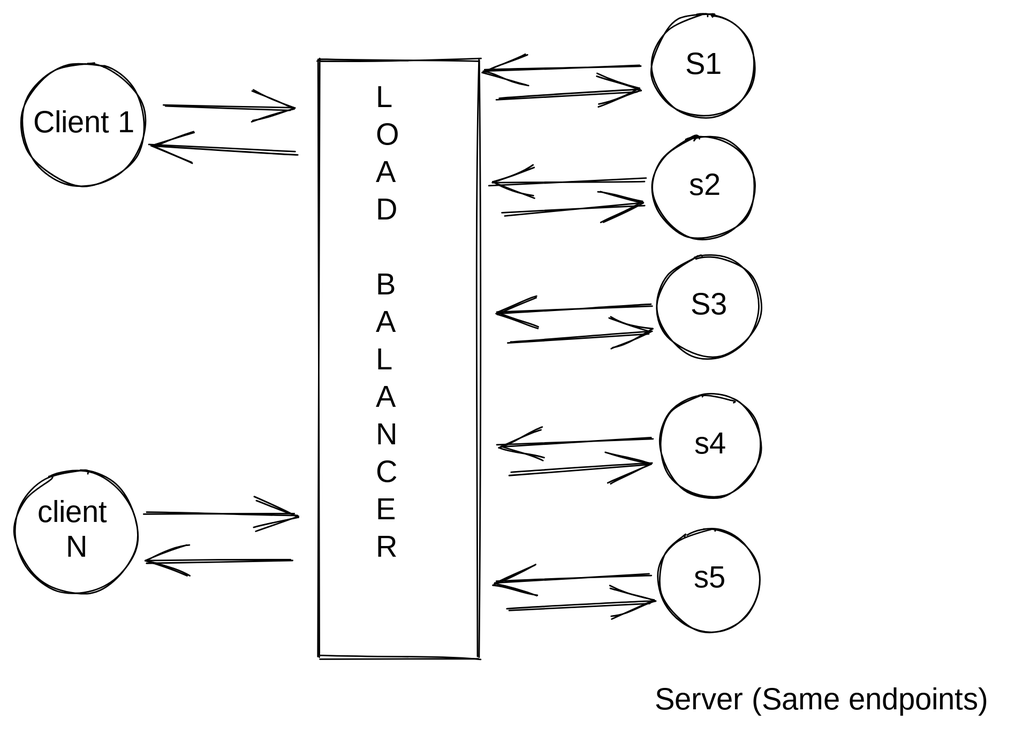
Above: .gitbook/assets/architecture-concepts-load-balancer.svg in websysarch/gitbook-notes (Excalidraw), before the change. Source tidied: one line per element, renumbered; positions are measured from the earlier drawing's top-left corner, leaving out a move shared by most shapes.
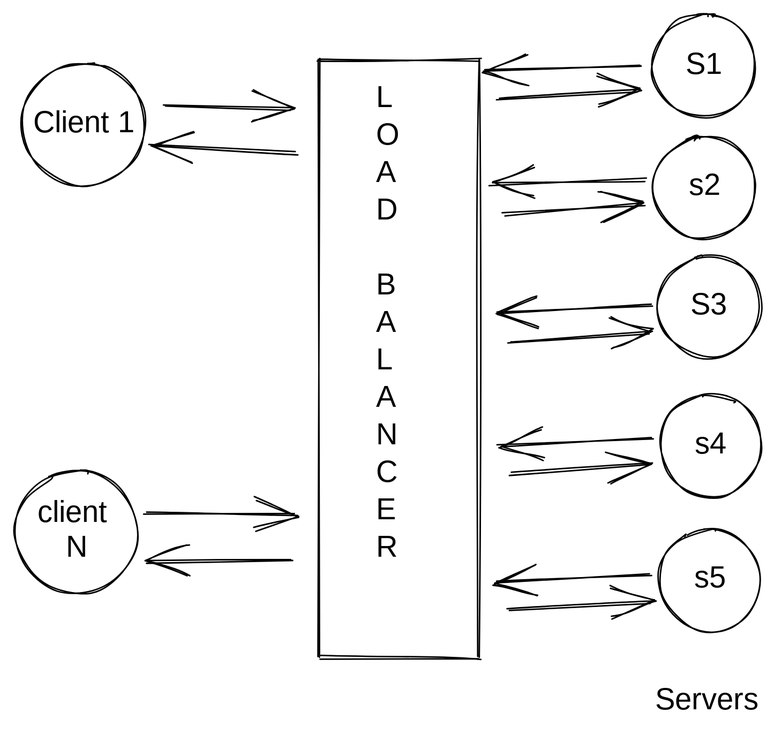
Above is the later version.

Commit message:
GitBook: [#17] Arch Concepts

What changed in the source:
```diff
@@ -14,7 +14,7 @@
 {"id": 13, "type": "text", "text": "S3", "strokeColor": "#000000", "strokeWidth": 1, "roughness": 1, "fontSize": 20, "fontFamily": 1, "textAlign": "center", "verticalAlign": "middle", "inside": 8, "x": 434, "y": 183, "width": 58, "height": 23}
 {"id": 14, "type": "text", "text": "s4", "strokeColor": "#000000", "strokeWidth": 1, "roughness": 1, "fontSize": 20, "fontFamily": 1, "textAlign": "center", "verticalAlign": "middle", "inside": 6, "x": 435, "y": 276, "width": 58, "height": 23}
 {"id": 15, "type": "text", "text": "s5", "strokeColor": "#000000", "strokeWidth": 1, "roughness": 1, "fontSize": 20, "fontFamily": 1, "textAlign": "center", "verticalAlign": "middle", "inside": 9, "x": 434, "y": 365, "width": 58, "height": 23}
-{"id": 16, "type": "text", "text": "Server (Same endpoints)", "strokeColor": "#000000", "strokeWidth": 1, "roughness": 1, "fontSize": 20, "fontFamily": 1, "x": 427, "y": 445, "width": 235, "height": 25}
+{"id": 16, "type": "text", "text": "Servers", "strokeColor": "#000000", "strokeWidth": 1, "roughness": 1, "fontSize": 20, "fontFamily": 1, "x": 427, "y": 445, "width": 74, "height": 25}
 {"id": 17, "type": "arrow", "strokeColor": "#000000", "strokeWidth": 1, "roughness": 1, "endArrowhead": "arrow", "from": 2, "to": 0, "x": 100, "y": 60, "width": 84, "height": 3, "points": [[0, 0], [84, 3]]}
 {"id": 18, "type": "arrow", "strokeColor": "#000000", "strokeWidth": 1, "roughness": 1, "endArrowhead": "arrow", "from": 0, "to": 2, "x": 188, "y": 92, "width": 98, "height": 5, "points": [[0, 0], [-98, -5]]}
 {"id": 19, "type": "arrow", "strokeColor": "#000000", "strokeWidth": 1, "roughness": 1, "endArrowhead": "arrow", "from": 3, "to": 0, "x": 86, "y": 334, "width": 101, "height": 0, "points": [[0, 0], [101, 0]]}
```
